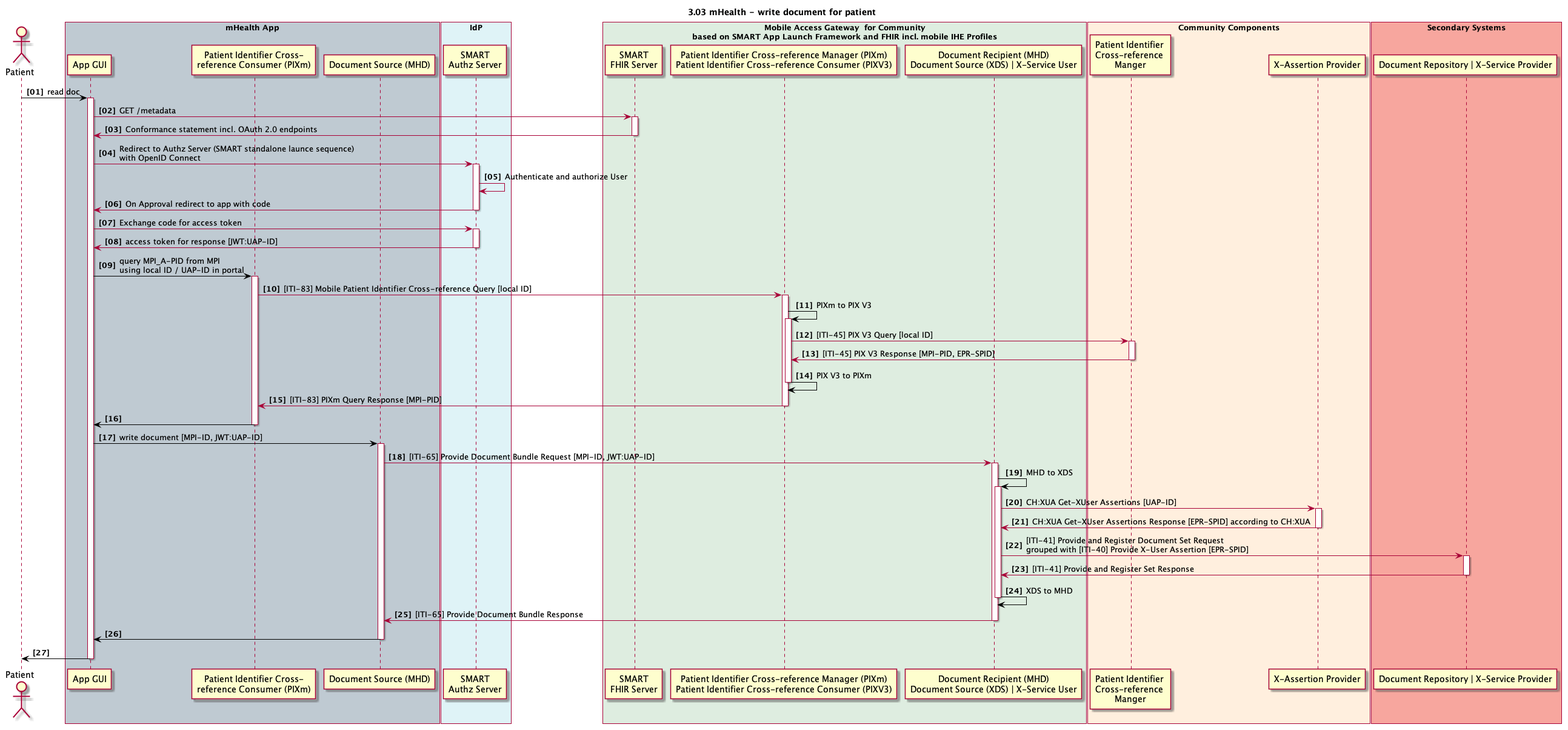
The PlantUML diagram 3_03_mhealthwrite.plantuml.png in ahdis/ch-epr-seqdiag, before a commit.
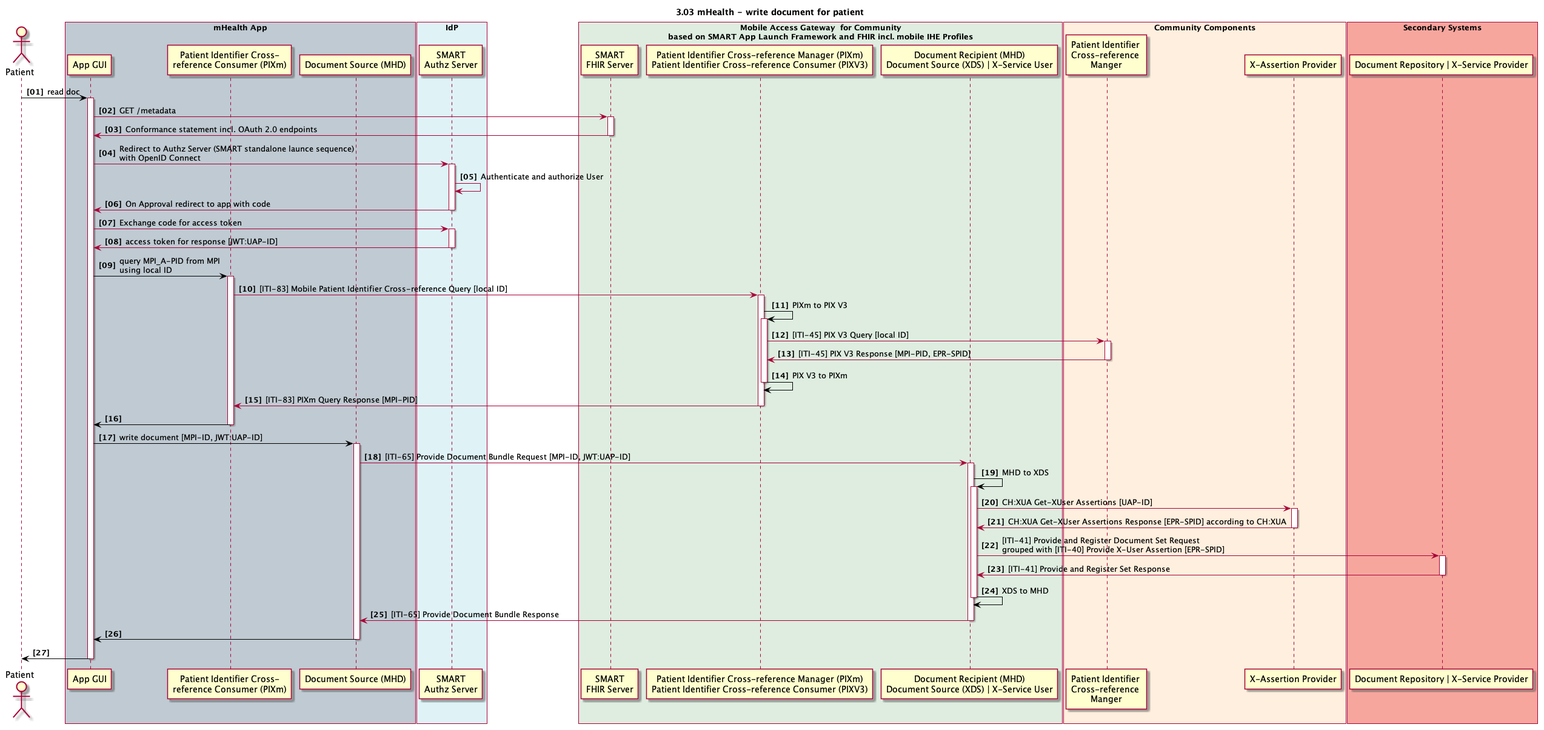
Above is the later version.

Diff of the diagram source:
```diff
@@ -50,7 +50,7 @@
 deactivate idp_user_authentication_provider
 
 
-app -[#black]> pixmconsumer: query MPI_A-PID from MPI\nusing local ID / UAP-ID in portal
+app -[#black]> pixmconsumer: query MPI_A-PID from MPI\nusing local ID
 activate pixmconsumer
 pixmconsumer -> mp_pix_x_ref_mgr: [ITI-83] Mobile Patient Identifier Cross-reference Query [local ID]
 activate mp_pix_x_ref_mgr
```
